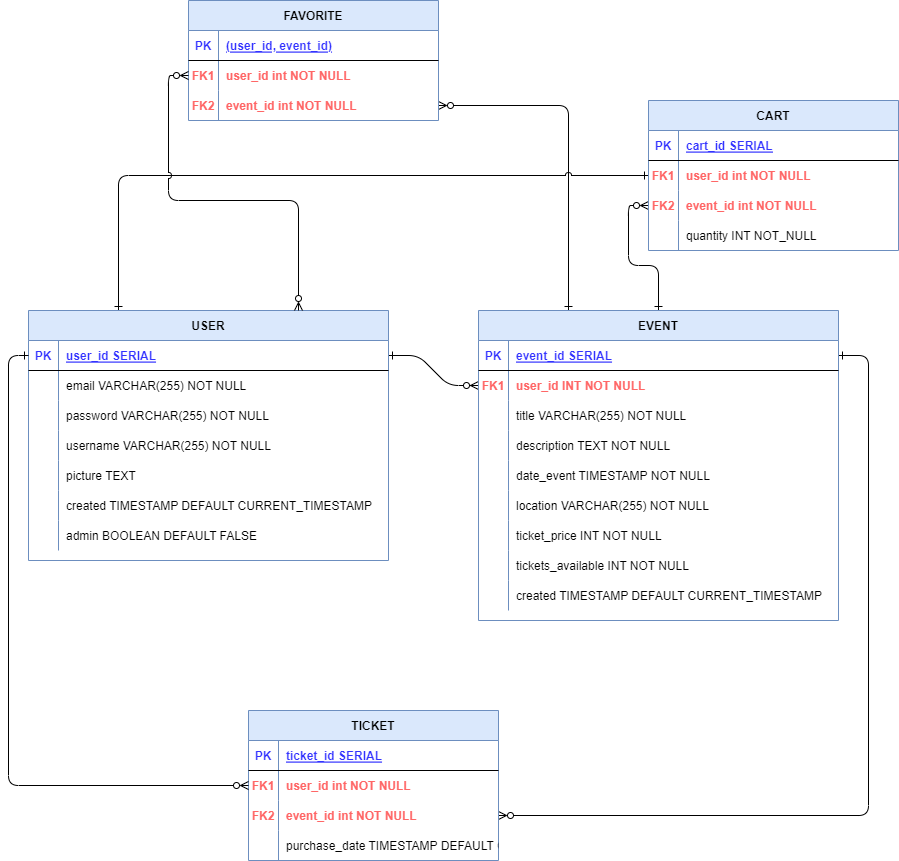
jierzen/HITOS_final keeps this draw.io diagram as hito_1/4_modelo_relacional/Modelo_relacional.png. Above is the earlier version. Source tidied: cells renumbered, new cells last; positions are measured from the earlier drawing's top-left corner, leaving out a move shared by most shapes.
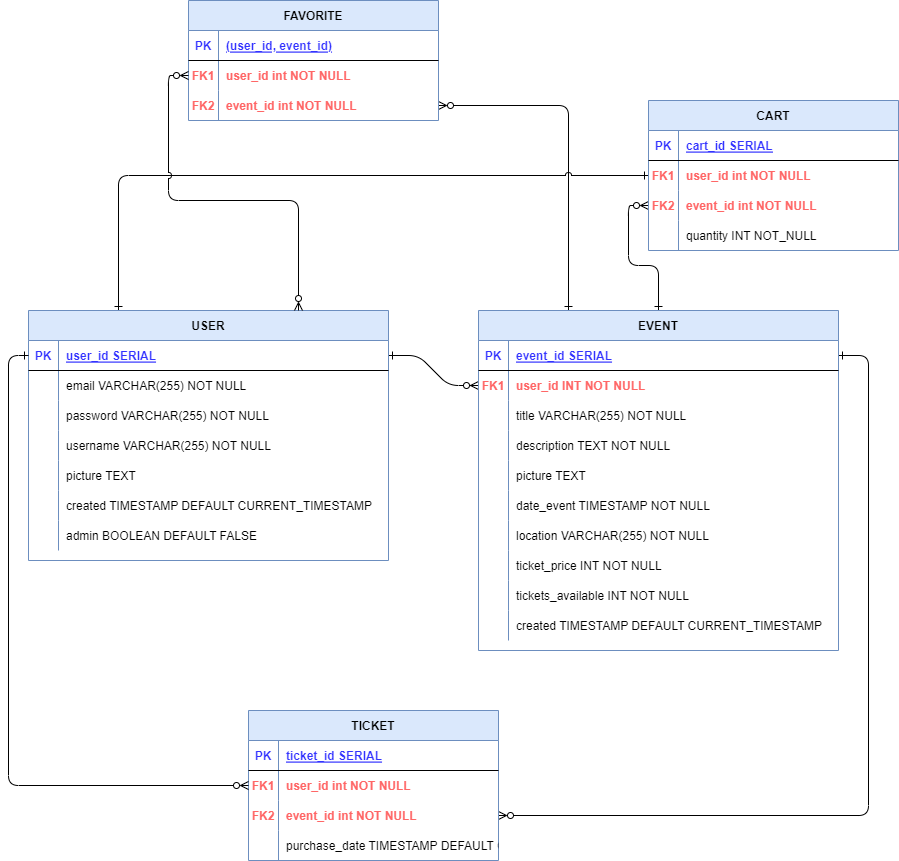
Above is the later version.

What changed in the source:
```diff
@@ -15,7 +15,7 @@
       <mxGeometry relative="1" as="geometry" />
     </mxCell>
     <mxCell id="6" value="EVENT" style="shape=table;startSize=30;rowLines=0;fontStyle=1;align=center;fillColor=#dae8fc;strokeColor=#6c8ebf;" parent="1" vertex="1">
-      <mxGeometry x="450" y="310" width="360" height="310" as="geometry" />
+      <mxGeometry x="450" y="310" width="360" height="340" as="geometry" />
     </mxCell>
     <mxCell id="7" style="shape=partialRectangle;fillColor=none;points=[[0,0.5],[1,0.5]];portConstraint=eastwest;top=0;left=0;right=0;bottom=1;" parent="6" vertex="1">
       <mxGeometry y="30" width="360" height="30" as="geometry" />
@@ -53,8 +53,17 @@
     <mxCell id="18" value="description TEXT NOT NULL" style="shape=partialRectangle;overflow=hidden;fillColor=none;top=0;left=0;bottom=0;right=0;align=left;spacingLeft=6;" parent="16" vertex="1">
       <mxGeometry x="30" width="330" height="30" as="geometry" />
     </mxCell>
+    <mxCell id="95" style="shape=partialRectangle;fillColor=none;top=0;left=0;right=0;bottom=0;" parent="6" vertex="1">
+      <mxGeometry y="150" width="360" height="30" as="geometry" />
+    </mxCell>
+    <mxCell id="96" style="shape=partialRectangle;overflow=hidden;fillColor=none;top=0;left=0;bottom=0;right=0;" parent="95" vertex="1">
+      <mxGeometry width="30" height="30" as="geometry" />
+    </mxCell>
+    <mxCell id="97" value="picture TEXT" style="shape=partialRectangle;overflow=hidden;fillColor=none;top=0;left=0;bottom=0;right=0;align=left;spacingLeft=6;" parent="95" vertex="1">
+      <mxGeometry x="30" width="330" height="30" as="geometry" />
+    </mxCell>
     <mxCell id="19" style="shape=partialRectangle;fillColor=none;top=0;left=0;right=0;bottom=0;" parent="6" vertex="1">
-      <mxGeometry y="150" width="360" height="30" as="geometry" />
+      <mxGeometry y="180" width="360" height="30" as="geometry" />
     </mxCell>
     <mxCell id="20" style="shape=partialRectangle;overflow=hidden;fillColor=none;top=0;left=0;bottom=0;right=0;" parent="19" vertex="1">
       <mxGeometry width="30" height="30" as="geometry" />
@@ -63,7 +72,7 @@
       <mxGeometry x="30" width="330" height="30" as="geometry" />
     </mxCell>
     <mxCell id="22" style="shape=partialRectangle;fillColor=none;top=0;left=0;right=0;bottom=0;" parent="6" vertex="1">
-      <mxGeometry y="180" width="360" height="30" as="geometry" />
+      <mxGeometry y="210" width="360" height="30" as="geometry" />
     </mxCell>
     <mxCell id="23" style="shape=partialRectangle;overflow=hidden;fillColor=none;top=0;left=0;bottom=0;right=0;" parent="22" vertex="1">
       <mxGeometry width="30" height="30" as="geometry" />
@@ -72,7 +81,7 @@
       <mxGeometry x="30" width="330" height="30" as="geometry" />
     </mxCell>
     <mxCell id="25" style="shape=partialRectangle;fillColor=none;top=0;left=0;right=0;bottom=0;" parent="6" vertex="1">
-      <mxGeometry y="210" width="360" height="30" as="geometry" />
+      <mxGeometry y="240" width="360" height="30" as="geometry" />
     </mxCell>
     <mxCell id="26" style="shape=partialRectangle;overflow=hidden;fillColor=none;top=0;left=0;bottom=0;right=0;" parent="25" vertex="1">
       <mxGeometry width="30" height="30" as="geometry" />
@@ -81,7 +90,7 @@
       <mxGeometry x="30" width="330" height="30" as="geometry" />
     </mxCell>
     <mxCell id="28" style="shape=partialRectangle;fillColor=none;top=0;left=0;right=0;bottom=0;" parent="6" vertex="1">
-      <mxGeometry y="240" width="360" height="30" as="geometry" />
+      <mxGeometry y="270" width="360" height="30" as="geometry" />
     </mxCell>
     <mxCell id="29" style="shape=partialRectangle;overflow=hidden;fillColor=none;top=0;left=0;bottom=0;right=0;" parent="28" vertex="1">
       <mxGeometry width="30" height="30" as="geometry" />
@@ -90,7 +99,7 @@
       <mxGeometry x="30" width="330" height="30" as="geometry" />
     </mxCell>
     <mxCell id="31" style="shape=partialRectangle;fillColor=none;top=0;left=0;right=0;bottom=0;" parent="6" vertex="1">
-      <mxGeometry y="270" width="360" height="30" as="geometry" />
+      <mxGeometry y="300" width="360" height="30" as="geometry" />
     </mxCell>
     <mxCell id="32" style="shape=partialRectangle;overflow=hidden;fillColor=none;top=0;left=0;bottom=0;right=0;" parent="31" vertex="1">
       <mxGeometry width="30" height="30" as="geometry" />
```
